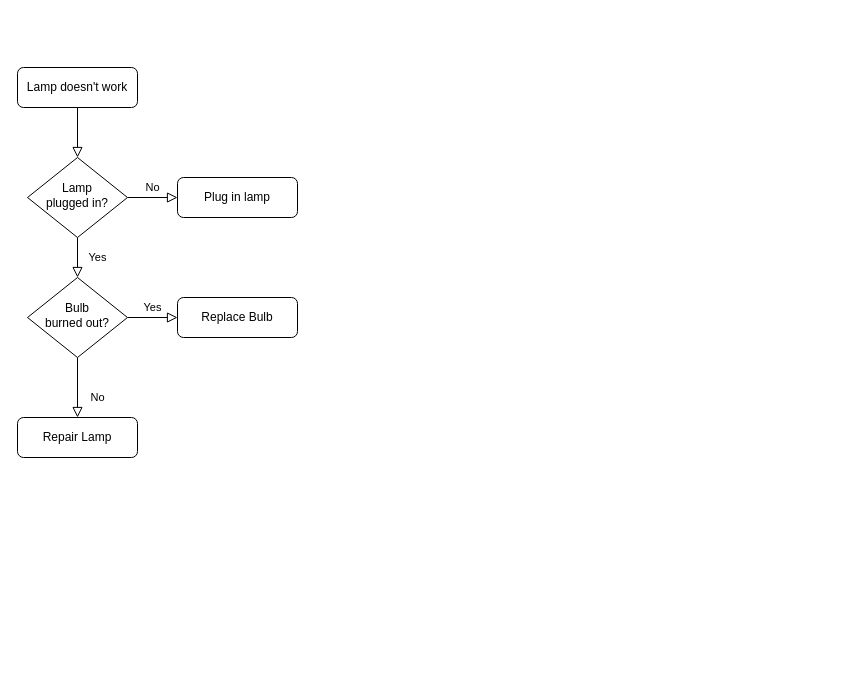
Before: 未命名绘图.drawio in 1006400320/lhj, a draw.io diagram. Source tidied: cells renumbered, new cells numbered last; positions are measured from the earlier drawing's top-left corner, leaving out a move shared by most shapes. Both pictures are drawn from the tidied source at 100%, with x=0, y=0 at pixel (17, 67).
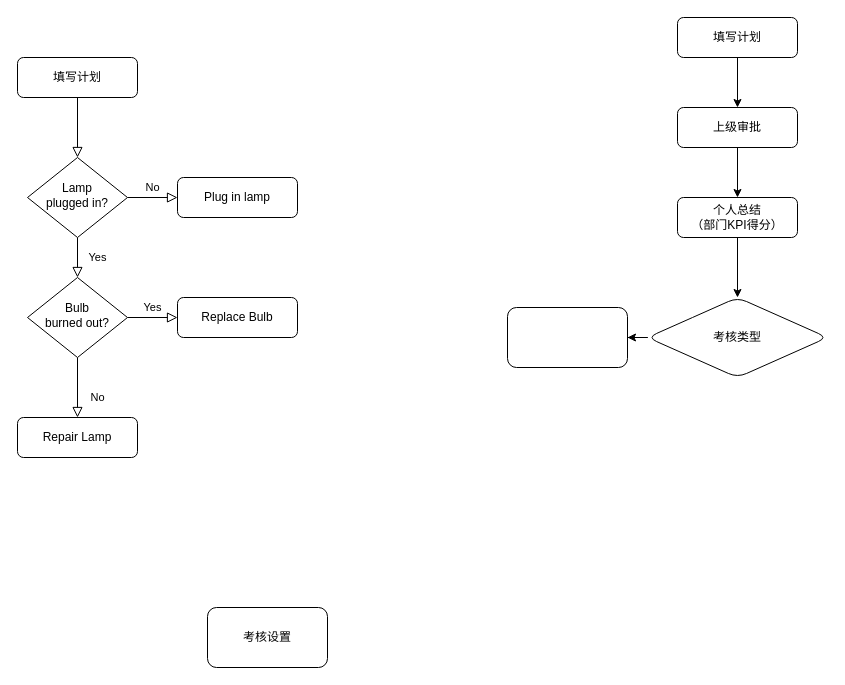
After the change.

What changed in the source:
```diff
@@
-    <mxCell id="3" value="Lamp doesn't work" style="rounded=1;whiteSpace=wrap;html=1;fontSize=12;glass=0;strokeWidth=1;shadow=0;" parent="1" vertex="1">
-      <mxGeometry width="120" height="40" as="geometry" />
+    <mxCell id="3" value="填写计划" style="rounded=1;whiteSpace=wrap;html=1;fontSize=12;glass=0;strokeWidth=1;shadow=0;" parent="1" vertex="1">
+      <mxGeometry y="-10" width="120" height="40" as="geometry" />
     </mxCell>
@@
+    <mxCell id="13" style="edgeStyle=orthogonalEdgeStyle;rounded=0;jettySize=auto;html=1;entryX=0.5;entryY=0;entryDx=0;entryDy=0;" parent="1" edge="1" source="14" target="16">
+      <mxGeometry relative="1" as="geometry" />
+    </mxCell>
+    <mxCell id="14" value="填写计划" style="rounded=1;whiteSpace=wrap;html=1;fontSize=12;glass=0;strokeWidth=1;shadow=0;" parent="1" vertex="1">
+      <mxGeometry x="660" y="-50" width="120" height="40" as="geometry" />
+    </mxCell>
+    <mxCell id="15" style="edgeStyle=orthogonalEdgeStyle;rounded=0;jettySize=auto;html=1;entryX=0.5;entryY=0;entryDx=0;entryDy=0;" parent="1" edge="1" source="16" target="18">
+      <mxGeometry relative="1" as="geometry" />
+    </mxCell>
+    <mxCell id="16" value="上级审批" style="rounded=1;whiteSpace=wrap;html=1;fontSize=12;glass=0;strokeWidth=1;shadow=0;" parent="1" vertex="1">
+      <mxGeometry x="660" y="40" width="120" height="40" as="geometry" />
+    </mxCell>
+    <mxCell id="17" style="edgeStyle=orthogonalEdgeStyle;rounded=0;jettySize=auto;html=1;" parent="1" edge="1" source="18" target="20">
+      <mxGeometry relative="1" as="geometry" />
+    </mxCell>
+    <mxCell id="18" value="个人总结&lt;br&gt;（部门KPI得分）" style="rounded=1;whiteSpace=wrap;html=1;fontSize=12;glass=0;strokeWidth=1;shadow=0;" parent="1" vertex="1">
+      <mxGeometry x="660" y="130" width="120" height="40" as="geometry" />
+    </mxCell>
+    <mxCell id="19" style="edgeStyle=orthogonalEdgeStyle;rounded=0;jettySize=auto;html=1;" parent="1" edge="1" source="20" target="21">
+      <mxGeometry relative="1" as="geometry" />
+    </mxCell>
+    <mxCell id="20" value="考核类型" style="rhombus;whiteSpace=wrap;html=1;rounded=1;glass=0;strokeWidth=1;shadow=0;" parent="1" vertex="1">
+      <mxGeometry x="630" y="230" width="180" height="80" as="geometry" />
+    </mxCell>
+    <mxCell id="21" style="whiteSpace=wrap;html=1;rounded=1;glass=0;strokeWidth=1;shadow=0;" parent="1" vertex="1">
+      <mxGeometry x="490" y="240" width="120" height="60" as="geometry" />
+    </mxCell>
+    <mxCell id="22" value="考核设置" style="rounded=1;whiteSpace=wrap;html=1;" parent="1" vertex="1">
+      <mxGeometry x="190" y="540" width="120" height="60" as="geometry" />
+    </mxCell>
```
